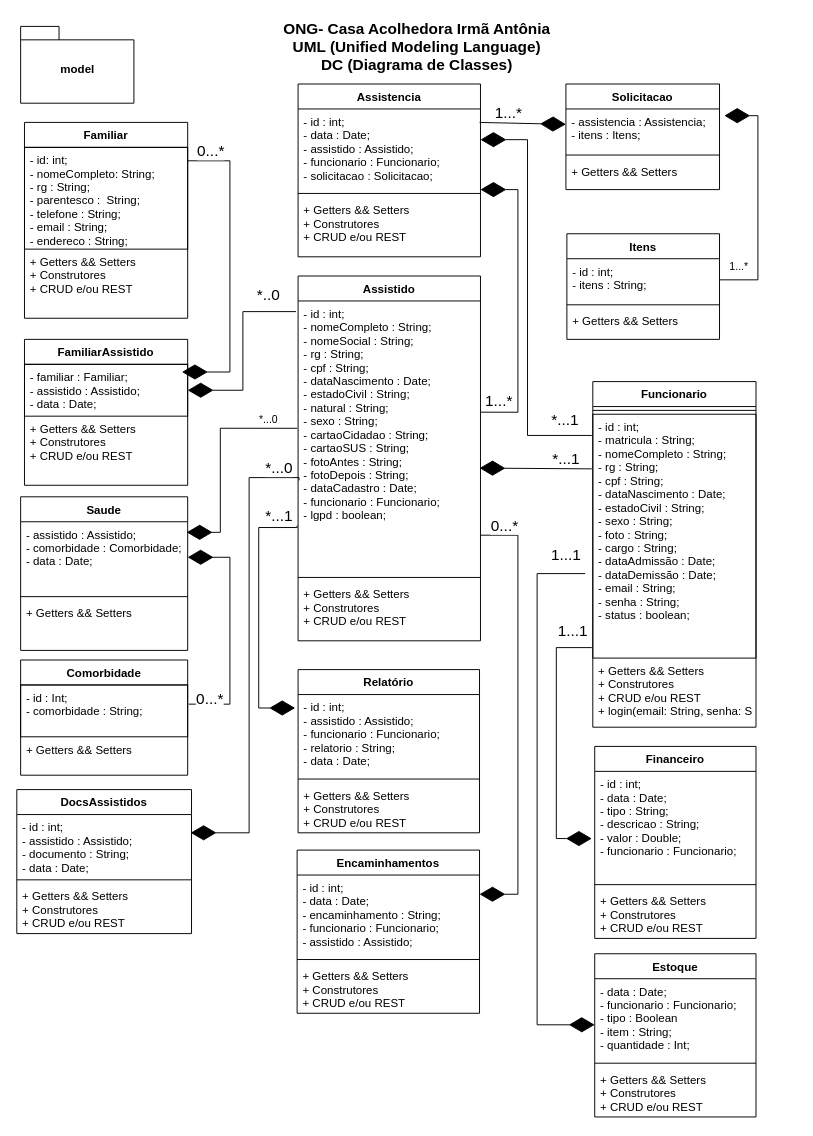
Earlier version of the draw.io diagram DOCUMENTOS/EXECUCÃO/UML DC/UML - DIAGRAMA DE CLASSE v2.drawio (LeoImenes/Projeto-ONG). Source tidied: cells renumbered, new cells numbered last; positions are measured from the earlier drawing's top-left corner, leaving out a move shared by most shapes. Both pictures are drawn from the tidied source at 96%, with x=0, y=0 at pixel (16, 16).
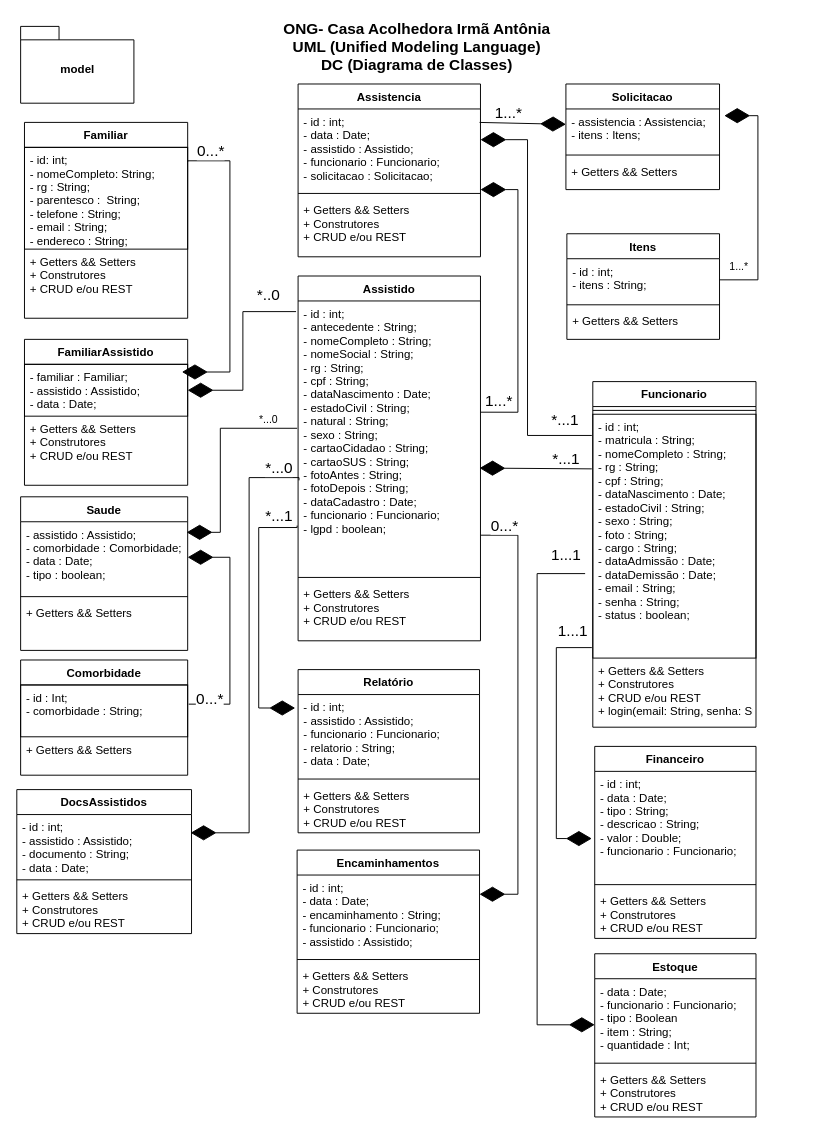
The same diagram, later.

Unchanged cells that the change refers to:
```xml
<mxCell id="3" value="Assistido" style="swimlane;fontStyle=1;align=center;verticalAlign=top;horizontal=1;startSize=26;" parent="1" vertex="1">
  <mxGeometry x="293" y="270" width="190" height="380" as="geometry" />
</mxCell>
<mxCell id="24" value="Saude" style="swimlane;fontStyle=1;align=center;verticalAlign=top;horizontal=1;startSize=26;" parent="1" vertex="1">
  <mxGeometry x="4" y="500" width="174" height="160" as="geometry" />
</mxCell>
```

Change to the diagram source:
```diff
@@
-    <mxCell id="4" value="- id : int;&#10;- nomeCompleto : String;&#10;- nomeSocial : String;&#10;- rg : String;&#10;- cpf : String;&#10;- dataNascimento : Date;&#10;- estadoCivil : String;&#10;- natural : String;&#10;- sexo : String;&#10;- cartaoCidadao : String;&#10;- cartaoSUS : String;&#10;- fotoAntes : String;&#10;- fotoDepois : String;&#10;- dataCadastro : Date;&#10;- funcionario : Funcionario;&#10;- lgpd : boolean;" style="text;strokeColor=none;fillColor=none;align=left;verticalAlign=top;spacingLeft=4;spacingRight=4;overflow=hidden;points=[[0,0.5],[1,0.5]];portConstraint=eastwest;" parent="3" vertex="1">
+    <mxCell id="4" value="- id : int;&#10;- antecedente : String;&#10;- nomeCompleto : String;&#10;- nomeSocial : String;&#10;- rg : String;&#10;- cpf : String;&#10;- dataNascimento : Date;&#10;- estadoCivil : String;&#10;- natural : String;&#10;- sexo : String;&#10;- cartaoCidadao : String;&#10;- cartaoSUS : String;&#10;- fotoAntes : String;&#10;- fotoDepois : String;&#10;- dataCadastro : Date;&#10;- funcionario : Funcionario;&#10;- lgpd : boolean;" style="text;strokeColor=none;fillColor=none;align=left;verticalAlign=top;spacingLeft=4;spacingRight=4;overflow=hidden;points=[[0,0.5],[1,0.5]];portConstraint=eastwest;" parent="3" vertex="1">
       <mxGeometry y="26" width="190" height="284" as="geometry" />
     </mxCell>
@@
-    <mxCell id="25" value="- assistido : Assistido;&#10;- comorbidade : Comorbidade;&#10;- data : Date;" style="text;strokeColor=none;fillColor=none;align=left;verticalAlign=top;spacingLeft=4;spacingRight=4;overflow=hidden;points=[[0,0.5],[1,0.5]];portConstraint=eastwest;" parent="24" vertex="1">
+    <mxCell id="25" value="- assistido : Assistido;&#10;- comorbidade : Comorbidade;&#10;- data : Date;&#10;- tipo : boolean;" style="text;strokeColor=none;fillColor=none;align=left;verticalAlign=top;spacingLeft=4;spacingRight=4;overflow=hidden;points=[[0,0.5],[1,0.5]];portConstraint=eastwest;" parent="24" vertex="1">
       <mxGeometry y="26" width="174" height="74" as="geometry" />
     </mxCell>
```
